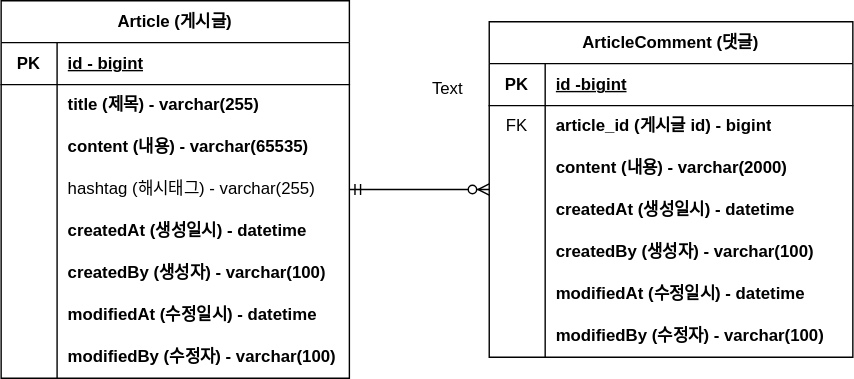
This is document/project-board-erd.svg from 4SohyunChoi4/fastcampus-project-board2, a draw.io export, as it was before one commit. Source tidied: cells renumbered, new cells last; positions are measured from the earlier drawing's top-left corner, leaving out a move shared by most shapes. Source of this version:
```xml
<mxGraphModel>
  <root>
    <mxCell id="0" />
    <mxCell id="1" parent="0" />
    <mxCell id="2" value="Article (게시글)" style="shape=table;startSize=30;rowLines=0;fontStyle=1;align=center;html=1;whiteSpace=wrap;" parent="1" vertex="1">
      <mxGeometry width="249" height="270" as="geometry" />
    </mxCell>
    <mxCell id="3" style="shape=tableRow;horizontal=0;startSize=0;swimlaneHead=0;swimlaneBody=0;fillColor=none;top=0;left=0;right=0;bottom=1;html=1;" parent="2" vertex="1">
      <mxGeometry y="30" width="249" height="30" as="geometry" />
    </mxCell>
    <mxCell id="4" value="PK" style="shape=partialRectangle;fillColor=none;top=0;left=0;bottom=0;right=0;fontStyle=1;overflow=hidden;html=1;whiteSpace=wrap;" parent="3" vertex="1">
      <mxGeometry width="40" height="30" as="geometry" />
    </mxCell>
    <mxCell id="5" value="id - bigint" style="shape=partialRectangle;fillColor=none;top=0;left=0;bottom=0;right=0;align=left;spacingLeft=6;fontStyle=5;overflow=hidden;html=1;whiteSpace=wrap;" parent="3" vertex="1">
      <mxGeometry x="40" width="209" height="30" as="geometry" />
    </mxCell>
    <mxCell id="6" style="shape=tableRow;horizontal=0;startSize=0;swimlaneHead=0;swimlaneBody=0;fillColor=none;top=0;left=0;right=0;bottom=0;html=1;" parent="2" vertex="1">
      <mxGeometry y="60" width="249" height="30" as="geometry" />
    </mxCell>
    <mxCell id="7" style="shape=partialRectangle;fillColor=none;top=0;left=0;bottom=0;right=0;overflow=hidden;html=1;whiteSpace=wrap;" parent="6" vertex="1">
      <mxGeometry width="40" height="30" as="geometry" />
    </mxCell>
    <mxCell id="8" value="title (제목) - varchar(255)" style="shape=partialRectangle;fillColor=none;top=0;left=0;bottom=0;right=0;align=left;spacingLeft=6;overflow=hidden;html=1;whiteSpace=wrap;fontStyle=1;" parent="6" vertex="1">
      <mxGeometry x="40" width="209" height="30" as="geometry" />
    </mxCell>
    <mxCell id="9" style="shape=tableRow;horizontal=0;startSize=0;swimlaneHead=0;swimlaneBody=0;fillColor=none;top=0;left=0;right=0;bottom=0;html=1;" parent="2" vertex="1">
      <mxGeometry y="90" width="249" height="30" as="geometry" />
    </mxCell>
    <mxCell id="10" style="shape=partialRectangle;fillColor=none;top=0;left=0;bottom=0;right=0;overflow=hidden;html=1;whiteSpace=wrap;" parent="9" vertex="1">
      <mxGeometry width="40" height="30" as="geometry" />
    </mxCell>
    <mxCell id="11" value="content (내용) - varchar(65535)" style="shape=partialRectangle;fillColor=none;top=0;left=0;bottom=0;right=0;align=left;spacingLeft=6;overflow=hidden;html=1;whiteSpace=wrap;fontStyle=1;" parent="9" vertex="1">
      <mxGeometry x="40" width="209" height="30" as="geometry" />
    </mxCell>
    <mxCell id="12" style="shape=tableRow;horizontal=0;startSize=0;swimlaneHead=0;swimlaneBody=0;fillColor=none;top=0;left=0;right=0;bottom=0;html=1;" parent="2" vertex="1">
      <mxGeometry y="120" width="249" height="30" as="geometry" />
    </mxCell>
    <mxCell id="13" style="shape=partialRectangle;fillColor=none;top=0;left=0;bottom=0;right=0;overflow=hidden;html=1;whiteSpace=wrap;" parent="12" vertex="1">
      <mxGeometry width="40" height="30" as="geometry" />
    </mxCell>
    <mxCell id="14" value="hashtag (해시태그) - varchar(255)" style="shape=partialRectangle;fillColor=none;top=0;left=0;bottom=0;right=0;align=left;spacingLeft=6;overflow=hidden;html=1;whiteSpace=wrap;" parent="12" vertex="1">
      <mxGeometry x="40" width="209" height="30" as="geometry" />
    </mxCell>
    <mxCell id="15" style="shape=tableRow;horizontal=0;startSize=0;swimlaneHead=0;swimlaneBody=0;fillColor=none;top=0;left=0;right=0;bottom=0;html=1;" parent="2" vertex="1">
      <mxGeometry y="150" width="249" height="30" as="geometry" />
    </mxCell>
    <mxCell id="16" style="shape=partialRectangle;fillColor=none;top=0;left=0;bottom=0;right=0;overflow=hidden;html=1;whiteSpace=wrap;" parent="15" vertex="1">
      <mxGeometry width="40" height="30" as="geometry" />
    </mxCell>
    <mxCell id="17" value="createdAt (생성일시) - datetime" style="shape=partialRectangle;fillColor=none;top=0;left=0;bottom=0;right=0;align=left;spacingLeft=6;overflow=hidden;html=1;whiteSpace=wrap;fontStyle=1;" parent="15" vertex="1">
      <mxGeometry x="40" width="209" height="30" as="geometry" />
    </mxCell>
    <mxCell id="18" style="shape=tableRow;horizontal=0;startSize=0;swimlaneHead=0;swimlaneBody=0;fillColor=none;top=0;left=0;right=0;bottom=0;html=1;" parent="2" vertex="1">
      <mxGeometry y="180" width="249" height="30" as="geometry" />
    </mxCell>
    <mxCell id="19" style="shape=partialRectangle;fillColor=none;top=0;left=0;bottom=0;right=0;overflow=hidden;html=1;whiteSpace=wrap;" parent="18" vertex="1">
      <mxGeometry width="40" height="30" as="geometry" />
    </mxCell>
    <mxCell id="20" value="createdBy (생성자) - varchar(100)" style="shape=partialRectangle;fillColor=none;top=0;left=0;bottom=0;right=0;align=left;spacingLeft=6;overflow=hidden;html=1;whiteSpace=wrap;fontStyle=1;" parent="18" vertex="1">
      <mxGeometry x="40" width="209" height="30" as="geometry" />
    </mxCell>
    <mxCell id="21" style="shape=tableRow;horizontal=0;startSize=0;swimlaneHead=0;swimlaneBody=0;fillColor=none;top=0;left=0;right=0;bottom=0;html=1;" parent="2" vertex="1">
      <mxGeometry y="210" width="249" height="30" as="geometry" />
    </mxCell>
    <mxCell id="22" style="shape=partialRectangle;fillColor=none;top=0;left=0;bottom=0;right=0;overflow=hidden;html=1;whiteSpace=wrap;" parent="21" vertex="1">
      <mxGeometry width="40" height="30" as="geometry" />
    </mxCell>
    <mxCell id="23" value="modifiedAt (수정일시) - datetime" style="shape=partialRectangle;fillColor=none;top=0;left=0;bottom=0;right=0;align=left;spacingLeft=6;overflow=hidden;html=1;whiteSpace=wrap;fontStyle=1;" parent="21" vertex="1">
      <mxGeometry x="40" width="209" height="30" as="geometry" />
    </mxCell>
    <mxCell id="24" style="shape=tableRow;horizontal=0;startSize=0;swimlaneHead=0;swimlaneBody=0;fillColor=none;top=0;left=0;right=0;bottom=0;html=1;" parent="2" vertex="1">
      <mxGeometry y="240" width="249" height="30" as="geometry" />
    </mxCell>
    <mxCell id="25" style="shape=partialRectangle;fillColor=none;top=0;left=0;bottom=0;right=0;overflow=hidden;html=1;whiteSpace=wrap;" parent="24" vertex="1">
      <mxGeometry width="40" height="30" as="geometry" />
    </mxCell>
    <mxCell id="26" value="modifiedBy (수정자) - varchar(100)" style="shape=partialRectangle;fillColor=none;top=0;left=0;bottom=0;right=0;align=left;spacingLeft=6;overflow=hidden;html=1;whiteSpace=wrap;fontStyle=1;" parent="24" vertex="1">
      <mxGeometry x="40" width="209" height="30" as="geometry" />
    </mxCell>
    <mxCell id="27" value="ArticleComment (댓글)" style="shape=table;startSize=30;rowLines=0;fontStyle=1;align=center;html=1;whiteSpace=wrap;" parent="1" vertex="1">
      <mxGeometry x="349" y="15" width="260" height="240" as="geometry" />
    </mxCell>
    <mxCell id="28" style="shape=tableRow;horizontal=0;startSize=0;swimlaneHead=0;swimlaneBody=0;fillColor=none;top=0;left=0;right=0;bottom=1;html=1;" parent="27" vertex="1">
      <mxGeometry y="30" width="260" height="30" as="geometry" />
    </mxCell>
    <mxCell id="29" value="PK" style="shape=partialRectangle;fillColor=none;top=0;left=0;bottom=0;right=0;fontStyle=1;overflow=hidden;html=1;whiteSpace=wrap;" parent="28" vertex="1">
      <mxGeometry width="40" height="30" as="geometry" />
    </mxCell>
    <mxCell id="30" value="id -bigint" style="shape=partialRectangle;fillColor=none;top=0;left=0;bottom=0;right=0;align=left;spacingLeft=6;fontStyle=5;overflow=hidden;html=1;whiteSpace=wrap;" parent="28" vertex="1">
      <mxGeometry x="40" width="220" height="30" as="geometry" />
    </mxCell>
    <mxCell id="31" style="shape=tableRow;horizontal=0;startSize=0;swimlaneHead=0;swimlaneBody=0;fillColor=none;top=0;left=0;right=0;bottom=0;html=1;" parent="27" vertex="1">
      <mxGeometry y="60" width="260" height="30" as="geometry" />
    </mxCell>
    <mxCell id="32" value="FK" style="shape=partialRectangle;fillColor=none;top=0;left=0;bottom=0;right=0;overflow=hidden;html=1;whiteSpace=wrap;" parent="31" vertex="1">
      <mxGeometry width="40" height="30" as="geometry" />
    </mxCell>
    <mxCell id="33" value="article_id (게시글 id) - bigint" style="shape=partialRectangle;fillColor=none;top=0;left=0;bottom=0;right=0;align=left;spacingLeft=6;overflow=hidden;html=1;whiteSpace=wrap;fontStyle=1;" parent="31" vertex="1">
      <mxGeometry x="40" width="220" height="30" as="geometry" />
    </mxCell>
    <mxCell id="34" style="shape=tableRow;horizontal=0;startSize=0;swimlaneHead=0;swimlaneBody=0;fillColor=none;top=0;left=0;right=0;bottom=0;html=1;" parent="27" vertex="1">
      <mxGeometry y="90" width="260" height="30" as="geometry" />
    </mxCell>
    <mxCell id="35" style="shape=partialRectangle;fillColor=none;top=0;left=0;bottom=0;right=0;overflow=hidden;html=1;whiteSpace=wrap;" parent="34" vertex="1">
      <mxGeometry width="40" height="30" as="geometry" />
    </mxCell>
    <mxCell id="36" value="content (내용) - varchar(2000)" style="shape=partialRectangle;fillColor=none;top=0;left=0;bottom=0;right=0;align=left;spacingLeft=6;overflow=hidden;html=1;whiteSpace=wrap;fontStyle=1;" parent="34" vertex="1">
      <mxGeometry x="40" width="220" height="30" as="geometry" />
    </mxCell>
    <mxCell id="37" style="shape=tableRow;horizontal=0;startSize=0;swimlaneHead=0;swimlaneBody=0;fillColor=none;top=0;left=0;right=0;bottom=0;html=1;" parent="27" vertex="1">
      <mxGeometry y="120" width="260" height="30" as="geometry" />
    </mxCell>
    <mxCell id="38" style="shape=partialRectangle;fillColor=none;top=0;left=0;bottom=0;right=0;overflow=hidden;html=1;whiteSpace=wrap;" parent="37" vertex="1">
      <mxGeometry width="40" height="30" as="geometry" />
    </mxCell>
    <mxCell id="39" value="createdAt (생성일시) - datetime" style="shape=partialRectangle;fillColor=none;top=0;left=0;bottom=0;right=0;align=left;spacingLeft=6;overflow=hidden;html=1;whiteSpace=wrap;fontStyle=1;" parent="37" vertex="1">
      <mxGeometry x="40" width="220" height="30" as="geometry" />
    </mxCell>
    <mxCell id="40" style="shape=tableRow;horizontal=0;startSize=0;swimlaneHead=0;swimlaneBody=0;fillColor=none;top=0;left=0;right=0;bottom=0;html=1;" parent="27" vertex="1">
      <mxGeometry y="150" width="260" height="30" as="geometry" />
    </mxCell>
    <mxCell id="41" style="shape=partialRectangle;fillColor=none;top=0;left=0;bottom=0;right=0;overflow=hidden;html=1;whiteSpace=wrap;" parent="40" vertex="1">
      <mxGeometry width="40" height="30" as="geometry" />
    </mxCell>
    <mxCell id="42" value="createdBy (생성자) - varchar(100)" style="shape=partialRectangle;fillColor=none;top=0;left=0;bottom=0;right=0;align=left;spacingLeft=6;overflow=hidden;html=1;whiteSpace=wrap;fontStyle=1;" parent="40" vertex="1">
      <mxGeometry x="40" width="220" height="30" as="geometry" />
    </mxCell>
    <mxCell id="43" style="shape=tableRow;horizontal=0;startSize=0;swimlaneHead=0;swimlaneBody=0;fillColor=none;top=0;left=0;right=0;bottom=0;html=1;" parent="27" vertex="1">
      <mxGeometry y="180" width="260" height="30" as="geometry" />
    </mxCell>
    <mxCell id="44" style="shape=partialRectangle;fillColor=none;top=0;left=0;bottom=0;right=0;overflow=hidden;html=1;whiteSpace=wrap;" parent="43" vertex="1">
      <mxGeometry width="40" height="30" as="geometry" />
    </mxCell>
    <mxCell id="45" value="modifiedAt (수정일시) - datetime" style="shape=partialRectangle;fillColor=none;top=0;left=0;bottom=0;right=0;align=left;spacingLeft=6;overflow=hidden;html=1;whiteSpace=wrap;fontStyle=1;" parent="43" vertex="1">
      <mxGeometry x="40" width="220" height="30" as="geometry" />
    </mxCell>
    <mxCell id="46" style="shape=tableRow;horizontal=0;startSize=0;swimlaneHead=0;swimlaneBody=0;fillColor=none;top=0;left=0;right=0;bottom=0;html=1;" parent="27" vertex="1">
      <mxGeometry y="210" width="260" height="30" as="geometry" />
    </mxCell>
    <mxCell id="47" style="shape=partialRectangle;fillColor=none;top=0;left=0;bottom=0;right=0;overflow=hidden;html=1;whiteSpace=wrap;" parent="46" vertex="1">
      <mxGeometry width="40" height="30" as="geometry" />
    </mxCell>
    <mxCell id="48" value="modifiedBy (수정자) - varchar(100)" style="shape=partialRectangle;fillColor=none;top=0;left=0;bottom=0;right=0;align=left;spacingLeft=6;overflow=hidden;html=1;whiteSpace=wrap;fontStyle=1;" parent="46" vertex="1">
      <mxGeometry x="40" width="220" height="30" as="geometry" />
    </mxCell>
    <mxCell id="49" style="edgeStyle=entityRelationEdgeStyle;fontSize=12;html=1;endArrow=ERzeroToMany;startArrow=ERmandOne;rounded=0;" parent="1" edge="1" source="2" target="27">
      <mxGeometry relative="1" as="geometry" />
    </mxCell>
    <mxCell id="50" value="Text" style="text;html=1;align=center;verticalAlign=middle;strokeColor=none;fillColor=none;" parent="1" vertex="1">
      <mxGeometry x="294" y="48" width="50" height="30" as="geometry" />
    </mxCell>
  </root>
</mxGraphModel>
```
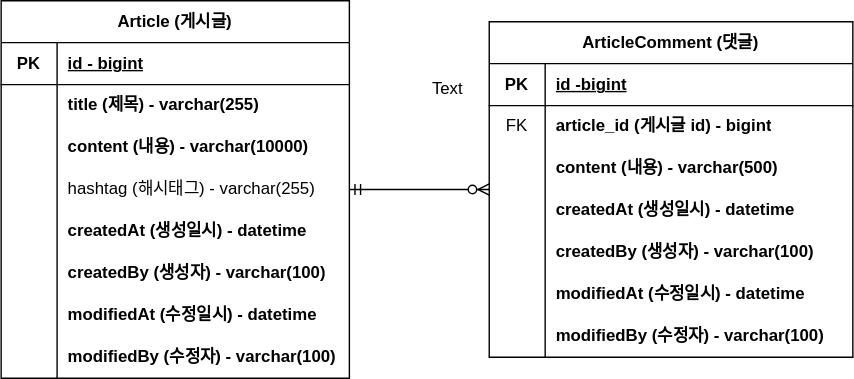
After the commit.

Commit message:
#10 - erd 업데이트: content 사이즈 변경

Change to the diagram source:
```diff
@@ -29,7 +29,7 @@
     <mxCell id="10" style="shape=partialRectangle;fillColor=none;top=0;left=0;bottom=0;right=0;overflow=hidden;html=1;whiteSpace=wrap;" parent="9" vertex="1">
       <mxGeometry width="40" height="30" as="geometry" />
     </mxCell>
-    <mxCell id="11" value="content (내용) - varchar(65535)" style="shape=partialRectangle;fillColor=none;top=0;left=0;bottom=0;right=0;align=left;spacingLeft=6;overflow=hidden;html=1;whiteSpace=wrap;fontStyle=1;" parent="9" vertex="1">
+    <mxCell id="11" value="content (내용) - varchar(10000)" style="shape=partialRectangle;fillColor=none;top=0;left=0;bottom=0;right=0;align=left;spacingLeft=6;overflow=hidden;html=1;whiteSpace=wrap;fontStyle=1;" parent="9" vertex="1">
       <mxGeometry x="40" width="209" height="30" as="geometry" />
     </mxCell>
     <mxCell id="12" style="shape=tableRow;horizontal=0;startSize=0;swimlaneHead=0;swimlaneBody=0;fillColor=none;top=0;left=0;right=0;bottom=0;html=1;" parent="2" vertex="1">
@@ -104,7 +104,7 @@
     <mxCell id="35" style="shape=partialRectangle;fillColor=none;top=0;left=0;bottom=0;right=0;overflow=hidden;html=1;whiteSpace=wrap;" parent="34" vertex="1">
       <mxGeometry width="40" height="30" as="geometry" />
     </mxCell>
-    <mxCell id="36" value="content (내용) - varchar(2000)" style="shape=partialRectangle;fillColor=none;top=0;left=0;bottom=0;right=0;align=left;spacingLeft=6;overflow=hidden;html=1;whiteSpace=wrap;fontStyle=1;" parent="34" vertex="1">
+    <mxCell id="36" value="content (내용) - varchar(500)" style="shape=partialRectangle;fillColor=none;top=0;left=0;bottom=0;right=0;align=left;spacingLeft=6;overflow=hidden;html=1;whiteSpace=wrap;fontStyle=1;" parent="34" vertex="1">
       <mxGeometry x="40" width="220" height="30" as="geometry" />
     </mxCell>
     <mxCell id="37" style="shape=tableRow;horizontal=0;startSize=0;swimlaneHead=0;swimlaneBody=0;fillColor=none;top=0;left=0;right=0;bottom=0;html=1;" parent="27" vertex="1">
```
